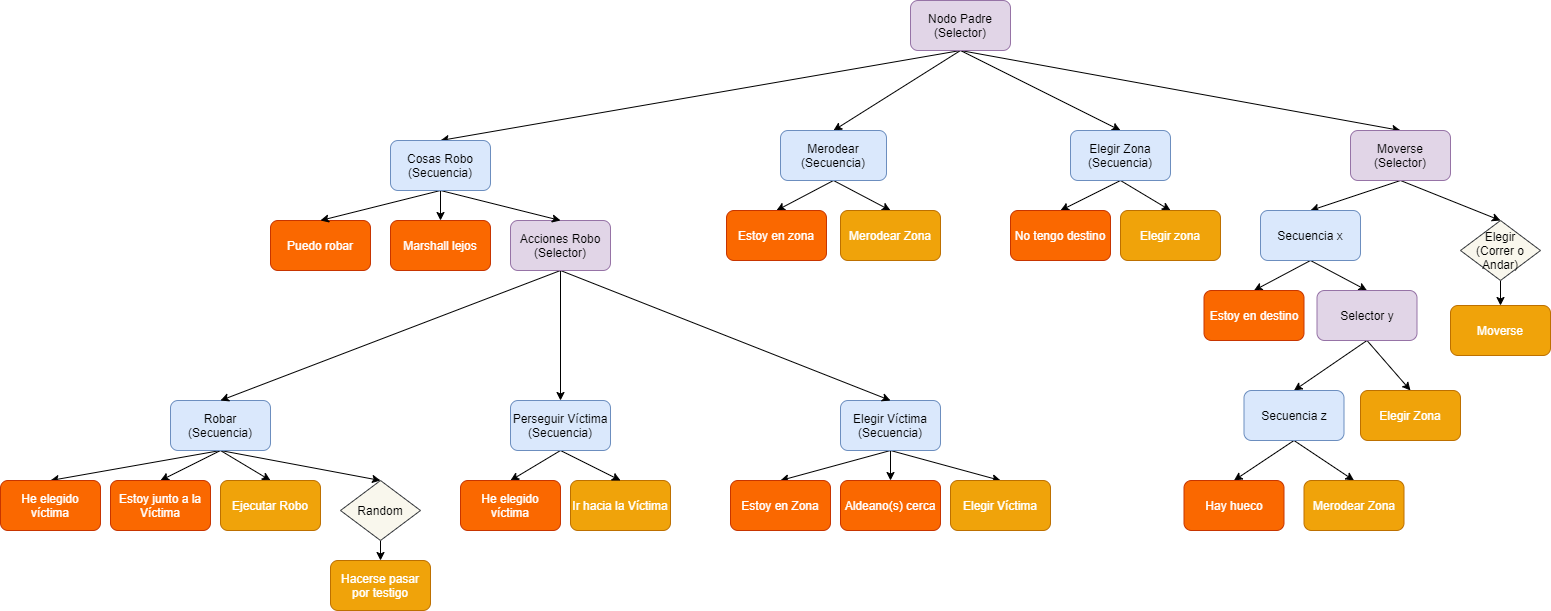
This is Comportamiento de Personajes/Documentos/BehaviourTreeThief.png from lightningopal/Juegos-para-Web-y-Redes-Sociales---Unity, a draw.io export, as it was before one commit. Source tidied: cells renumbered, new cells last; positions are measured from the earlier drawing's top-left corner, leaving out a move shared by most shapes.
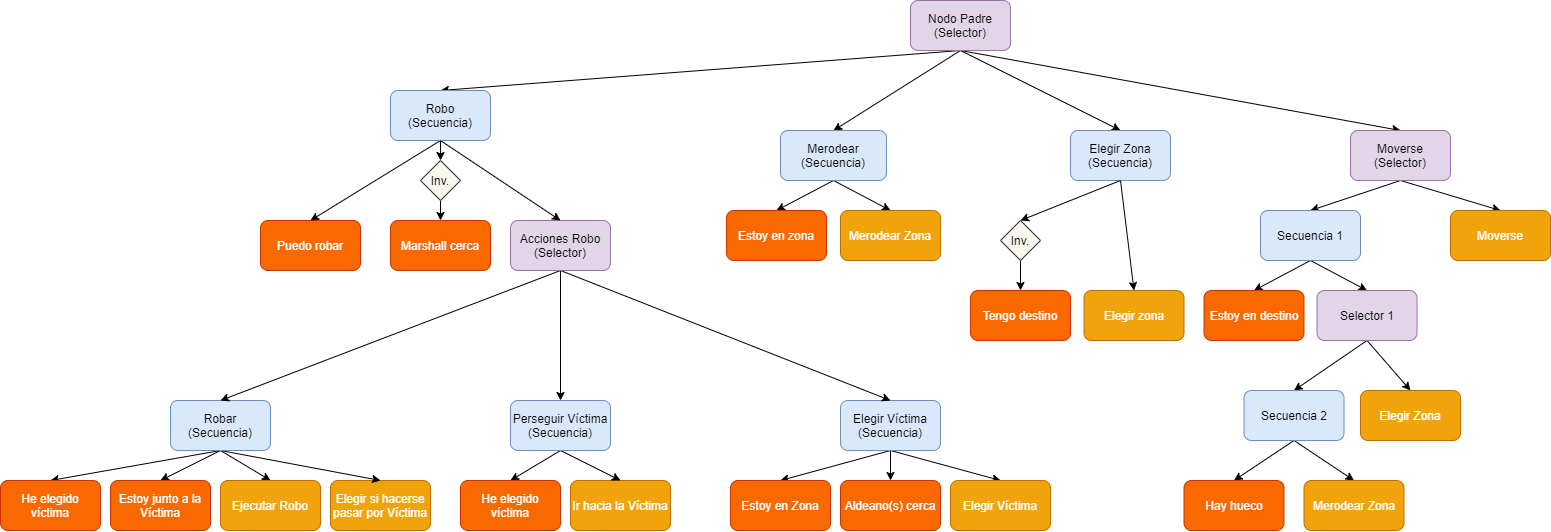
After the commit.

Commit message:
[CDP] - Árboles de comportamientos de ladron y aldeanos actualizados

Diff of the diagram source:
```diff
@@ -38,7 +38,7 @@
     <mxCell id="13" value="Merodear&lt;br&gt;(Secuencia)" style="rounded=1;whiteSpace=wrap;html=1;fillColor=#dae8fc;strokeColor=#6c8ebf;" parent="1" vertex="1">
       <mxGeometry x="780" y="130" width="106" height="50" as="geometry" />
     </mxCell>
-    <mxCell id="14" style="edgeStyle=none;rounded=0;jettySize=auto;html=1;exitX=0.5;exitY=1;exitDx=0;exitDy=0;entryX=0.5;entryY=0;entryDx=0;entryDy=0;" parent="1" edge="1" source="16" target="19">
+    <mxCell id="14" style="edgeStyle=none;rounded=0;jettySize=auto;html=1;exitX=0.5;exitY=1;exitDx=0;exitDy=0;entryX=0.5;entryY=0;entryDx=0;entryDy=0;" parent="1" edge="1" source="73" target="19">
       <mxGeometry relative="1" as="geometry" />
     </mxCell>
     <mxCell id="15" style="edgeStyle=none;rounded=0;jettySize=auto;html=1;exitX=0.5;exitY=1;exitDx=0;exitDy=0;entryX=0.5;entryY=0;entryDx=0;entryDy=0;" parent="1" edge="1" source="16" target="20">
@@ -53,11 +53,11 @@
     <mxCell id="18" value="Merodear Zona" style="rounded=1;whiteSpace=wrap;html=1;fillColor=#f0a30a;strokeColor=#BD7000;fontColor=#ffffff;" parent="1" vertex="1">
       <mxGeometry x="840" y="210" width="100" height="50" as="geometry" />
     </mxCell>
-    <mxCell id="19" value="No tengo destino" style="rounded=1;whiteSpace=wrap;html=1;fillColor=#fa6800;strokeColor=#C73500;fontColor=#ffffff;" parent="1" vertex="1">
-      <mxGeometry x="1010" y="210" width="100" height="50" as="geometry" />
+    <mxCell id="19" value="Tengo destino" style="rounded=1;whiteSpace=wrap;html=1;fillColor=#fa6800;strokeColor=#C73500;fontColor=#ffffff;" parent="1" vertex="1">
+      <mxGeometry x="970" y="290" width="100" height="50" as="geometry" />
     </mxCell>
     <mxCell id="20" value="Elegir zona" style="rounded=1;whiteSpace=wrap;html=1;fillColor=#f0a30a;strokeColor=#BD7000;fontColor=#ffffff;" parent="1" vertex="1">
-      <mxGeometry x="1120" y="210" width="100" height="50" as="geometry" />
+      <mxGeometry x="1083.5" y="290" width="100" height="50" as="geometry" />
     </mxCell>
     <mxCell id="21" value="Elegir Víctima" style="rounded=1;whiteSpace=wrap;html=1;fillColor=#f0a30a;strokeColor=#BD7000;fontColor=#ffffff;" parent="1" vertex="1">
       <mxGeometry x="950" y="480" width="100" height="50" as="geometry" />
@@ -68,8 +68,8 @@
     <mxCell id="23" value="Estoy en Zona" style="rounded=1;whiteSpace=wrap;html=1;fillColor=#fa6800;strokeColor=#C73500;fontColor=#ffffff;" parent="1" vertex="1">
       <mxGeometry x="730" y="480" width="100" height="50" as="geometry" />
     </mxCell>
-    <mxCell id="24" value="Hacerse pasar por testigo" style="rounded=1;whiteSpace=wrap;html=1;fillColor=#f0a30a;strokeColor=#BD7000;fontColor=#ffffff;" parent="1" vertex="1">
-      <mxGeometry x="330" y="560" width="100" height="50" as="geometry" />
+    <mxCell id="24" value="Elegir si hacerse pasar por Víctima" style="rounded=1;whiteSpace=wrap;html=1;fillColor=#f0a30a;strokeColor=#BD7000;fontColor=#ffffff;" parent="1" vertex="1">
+      <mxGeometry x="330" y="480" width="100" height="50" as="geometry" />
     </mxCell>
     <mxCell id="25" value="Aldeano(s) cerca" style="rounded=1;whiteSpace=wrap;html=1;fillColor=#fa6800;strokeColor=#C73500;fontColor=#ffffff;" parent="1" vertex="1">
       <mxGeometry x="840" y="480" width="100" height="50" as="geometry" />
@@ -83,9 +83,6 @@
     <mxCell id="28" value="Perseguir Víctima&lt;br&gt;(Secuencia)" style="rounded=1;whiteSpace=wrap;html=1;fillColor=#dae8fc;strokeColor=#6c8ebf;" parent="1" vertex="1">
       <mxGeometry x="510" y="400" width="100" height="50" as="geometry" />
     </mxCell>
-    <mxCell id="29" style="edgeStyle=none;rounded=0;jettySize=auto;html=1;exitX=0.5;exitY=1;exitDx=0;exitDy=0;entryX=0.5;entryY=0;entryDx=0;entryDy=0;" parent="1" edge="1" source="33" target="49">
-      <mxGeometry relative="1" as="geometry" />
-    </mxCell>
     <mxCell id="30" style="edgeStyle=none;rounded=0;jettySize=auto;html=1;exitX=0.5;exitY=1;exitDx=0;exitDy=0;entryX=0.5;entryY=0;entryDx=0;entryDy=0;" parent="1" edge="1" source="33" target="35">
       <mxGeometry relative="1" as="geometry" />
     </mxCell>
@@ -95,6 +92,9 @@
     <mxCell id="32" style="edgeStyle=none;rounded=0;jettySize=auto;html=1;exitX=0.5;exitY=1;exitDx=0;exitDy=0;entryX=0.5;entryY=0;entryDx=0;entryDy=0;" parent="1" edge="1" source="33" target="47">
       <mxGeometry relative="1" as="geometry" />
     </mxCell>
+    <mxCell id="69" style="edgeStyle=none;rounded=0;jettySize=auto;html=1;exitX=0.5;exitY=1;exitDx=0;exitDy=0;entryX=0.5;entryY=0;entryDx=0;entryDy=0;" parent="1" edge="1" source="33" target="24">
+      <mxGeometry relative="1" as="geometry" />
+    </mxCell>
     <mxCell id="33" value="Robar&lt;br&gt;(Secuencia)" style="rounded=1;whiteSpace=wrap;html=1;fillColor=#dae8fc;strokeColor=#6c8ebf;" parent="1" vertex="1">
       <mxGeometry x="170" y="400" width="100" height="50" as="geometry" />
     </mxCell>
@@ -108,7 +108,7 @@
       <mxGeometry x="460" y="480" width="100" height="50" as="geometry" />
     </mxCell>
     <mxCell id="37" value="Puedo robar" style="rounded=1;whiteSpace=wrap;html=1;fillColor=#fa6800;strokeColor=#C73500;fontColor=#ffffff;" parent="1" vertex="1">
-      <mxGeometry x="270" y="220" width="100" height="50" as="geometry" />
+      <mxGeometry x="260" y="220" width="100" height="50" as="geometry" />
     </mxCell>
     <mxCell id="38" style="edgeStyle=none;rounded=0;jettySize=auto;html=1;exitX=0.5;exitY=1;exitDx=0;exitDy=0;entryX=0.5;entryY=0;entryDx=0;entryDy=0;" parent="1" edge="1" source="41" target="33">
       <mxGeometry relative="1" as="geometry" />
@@ -125,33 +125,27 @@
     <mxCell id="42" style="edgeStyle=none;rounded=0;jettySize=auto;html=1;exitX=0.5;exitY=1;exitDx=0;exitDy=0;entryX=0.5;entryY=0;entryDx=0;entryDy=0;" parent="1" edge="1" source="45" target="37">
       <mxGeometry relative="1" as="geometry" />
     </mxCell>
-    <mxCell id="43" style="edgeStyle=none;rounded=0;jettySize=auto;html=1;exitX=0.5;exitY=1;exitDx=0;exitDy=0;entryX=0.5;entryY=0;entryDx=0;entryDy=0;" parent="1" edge="1" source="45" target="46">
+    <mxCell id="43" style="edgeStyle=none;rounded=0;jettySize=auto;html=1;exitX=0.5;exitY=1;exitDx=0;exitDy=0;entryX=0.5;entryY=0;entryDx=0;entryDy=0;" parent="1" edge="1" source="71" target="46">
       <mxGeometry relative="1" as="geometry" />
     </mxCell>
     <mxCell id="44" style="edgeStyle=none;rounded=0;jettySize=auto;html=1;exitX=0.5;exitY=1;exitDx=0;exitDy=0;entryX=0.5;entryY=0;entryDx=0;entryDy=0;" parent="1" edge="1" source="45" target="41">
       <mxGeometry relative="1" as="geometry" />
     </mxCell>
-    <mxCell id="45" value="Cosas Robo&lt;br&gt;(Secuencia)" style="rounded=1;whiteSpace=wrap;html=1;fillColor=#dae8fc;strokeColor=#6c8ebf;" parent="1" vertex="1">
-      <mxGeometry x="390" y="140" width="100" height="50" as="geometry" />
+    <mxCell id="45" value="Robo&lt;br&gt;(Secuencia)" style="rounded=1;whiteSpace=wrap;html=1;fillColor=#dae8fc;strokeColor=#6c8ebf;" parent="1" vertex="1">
+      <mxGeometry x="390" y="90" width="100" height="50" as="geometry" />
     </mxCell>
-    <mxCell id="46" value="Marshall lejos" style="rounded=1;whiteSpace=wrap;html=1;fillColor=#fa6800;strokeColor=#C73500;fontColor=#ffffff;" parent="1" vertex="1">
+    <mxCell id="46" value="Marshall cerca" style="rounded=1;whiteSpace=wrap;html=1;fillColor=#fa6800;strokeColor=#C73500;fontColor=#ffffff;" parent="1" vertex="1">
       <mxGeometry x="390" y="220" width="100" height="50" as="geometry" />
     </mxCell>
     <mxCell id="47" value="He elegido víctima" style="rounded=1;whiteSpace=wrap;html=1;fillColor=#fa6800;strokeColor=#C73500;fontColor=#ffffff;" parent="1" vertex="1">
       <mxGeometry y="480" width="100" height="50" as="geometry" />
     </mxCell>
-    <mxCell id="48" style="edgeStyle=orthogonalEdgeStyle;rounded=0;jettySize=auto;html=1;exitX=0.5;exitY=1;exitDx=0;exitDy=0;entryX=0.5;entryY=0;entryDx=0;entryDy=0;" parent="1" edge="1" source="49" target="24">
-      <mxGeometry relative="1" as="geometry" />
-    </mxCell>
-    <mxCell id="49" value="Random" style="rhombus;whiteSpace=wrap;html=1;fillColor=#f9f7ed;strokeColor=#36393d;" parent="1" vertex="1">
-      <mxGeometry x="340" y="480" width="80" height="60" as="geometry" />
-    </mxCell>
-    <mxCell id="50" style="edgeStyle=none;rounded=0;jettySize=auto;html=1;exitX=0.5;exitY=1;exitDx=0;exitDy=0;entryX=0.5;entryY=0;entryDx=0;entryDy=0;" parent="1" edge="1" source="52" target="57">
-      <mxGeometry relative="1" as="geometry" />
-    </mxCell>
     <mxCell id="51" style="edgeStyle=none;rounded=0;jettySize=auto;html=1;exitX=0.5;exitY=1;exitDx=0;exitDy=0;entryX=0.5;entryY=0;entryDx=0;entryDy=0;" parent="1" edge="1" source="52" target="55">
       <mxGeometry relative="1" as="geometry" />
     </mxCell>
+    <mxCell id="70" style="edgeStyle=none;rounded=0;jettySize=auto;html=1;exitX=0.5;exitY=1;exitDx=0;exitDy=0;entryX=0.5;entryY=0;entryDx=0;entryDy=0;" parent="1" edge="1" source="52" target="62">
+      <mxGeometry relative="1" as="geometry" />
+    </mxCell>
     <mxCell id="52" value="Moverse&lt;br&gt;(Selector)" style="rounded=1;whiteSpace=wrap;html=1;fillColor=#e1d5e7;strokeColor=#9673a6;" parent="1" vertex="1">
       <mxGeometry x="1350" y="130" width="100" height="50" as="geometry" />
     </mxCell>
@@ -161,15 +155,9 @@
     <mxCell id="54" style="edgeStyle=none;rounded=0;jettySize=auto;html=1;exitX=0.5;exitY=1;exitDx=0;exitDy=0;entryX=0.5;entryY=0;entryDx=0;entryDy=0;" parent="1" edge="1" source="55" target="61">
       <mxGeometry relative="1" as="geometry" />
     </mxCell>
-    <mxCell id="55" value="Secuencia x" style="rounded=1;whiteSpace=wrap;html=1;fillColor=#dae8fc;strokeColor=#6c8ebf;" parent="1" vertex="1">
+    <mxCell id="55" value="Secuencia 1" style="rounded=1;whiteSpace=wrap;html=1;fillColor=#dae8fc;strokeColor=#6c8ebf;" parent="1" vertex="1">
       <mxGeometry x="1260" y="210" width="100" height="50" as="geometry" />
     </mxCell>
-    <mxCell id="56" style="edgeStyle=orthogonalEdgeStyle;rounded=0;jettySize=auto;html=1;exitX=0.5;exitY=1;exitDx=0;exitDy=0;entryX=0.5;entryY=0;entryDx=0;entryDy=0;" parent="1" edge="1" source="57" target="62">
-      <mxGeometry relative="1" as="geometry" />
-    </mxCell>
-    <mxCell id="57" value="Elegir&lt;br&gt;(Correr o Andar)" style="rhombus;whiteSpace=wrap;html=1;fillColor=#f9f7ed;strokeColor=#36393d;" parent="1" vertex="1">
-      <mxGeometry x="1460" y="220" width="80" height="60" as="geometry" />
-    </mxCell>
     <mxCell id="58" value="Estoy en destino" style="rounded=1;whiteSpace=wrap;html=1;fillColor=#fa6800;strokeColor=#C73500;fontColor=#ffffff;" parent="1" vertex="1">
       <mxGeometry x="1203.5" y="290" width="100" height="50" as="geometry" />
     </mxCell>
@@ -179,11 +167,11 @@
     <mxCell id="60" style="edgeStyle=none;rounded=0;jettySize=auto;html=1;exitX=0.5;exitY=1;exitDx=0;exitDy=0;entryX=0.5;entryY=0;entryDx=0;entryDy=0;" parent="1" edge="1" source="61" target="66">
       <mxGeometry relative="1" as="geometry" />
     </mxCell>
-    <mxCell id="61" value="Selector y" style="rounded=1;whiteSpace=wrap;html=1;fillColor=#e1d5e7;strokeColor=#9673a6;" parent="1" vertex="1">
+    <mxCell id="61" value="Selector 1" style="rounded=1;whiteSpace=wrap;html=1;fillColor=#e1d5e7;strokeColor=#9673a6;" parent="1" vertex="1">
       <mxGeometry x="1316.5" y="290" width="100" height="50" as="geometry" />
     </mxCell>
     <mxCell id="62" value="Moverse" style="rounded=1;whiteSpace=wrap;html=1;fillColor=#f0a30a;strokeColor=#BD7000;fontColor=#ffffff;" parent="1" vertex="1">
-      <mxGeometry x="1450" y="305" width="100" height="50" as="geometry" />
+      <mxGeometry x="1450" y="210" width="100" height="50" as="geometry" />
     </mxCell>
     <mxCell id="63" style="edgeStyle=none;rounded=0;jettySize=auto;html=1;exitX=0.5;exitY=1;exitDx=0;exitDy=0;entryX=0.5;entryY=0;entryDx=0;entryDy=0;" parent="1" edge="1" source="65" target="67">
       <mxGeometry relative="1" as="geometry" />
@@ -191,7 +179,7 @@
     <mxCell id="64" style="edgeStyle=none;rounded=0;jettySize=auto;html=1;exitX=0.5;exitY=1;exitDx=0;exitDy=0;entryX=0.5;entryY=0;entryDx=0;entryDy=0;" parent="1" edge="1" source="65" target="68">
       <mxGeometry relative="1" as="geometry" />
     </mxCell>
-    <mxCell id="65" value="Secuencia z" style="rounded=1;whiteSpace=wrap;html=1;fillColor=#dae8fc;strokeColor=#6c8ebf;" parent="1" vertex="1">
+    <mxCell id="65" value="Secuencia 2" style="rounded=1;whiteSpace=wrap;html=1;fillColor=#dae8fc;strokeColor=#6c8ebf;" parent="1" vertex="1">
       <mxGeometry x="1243.5" y="390" width="100" height="50" as="geometry" />
     </mxCell>
     <mxCell id="66" value="Elegir Zona" style="rounded=1;whiteSpace=wrap;html=1;fillColor=#f0a30a;strokeColor=#BD7000;fontColor=#ffffff;" parent="1" vertex="1">
@@ -203,5 +191,17 @@
     <mxCell id="68" value="Merodear Zona" style="rounded=1;whiteSpace=wrap;html=1;fillColor=#f0a30a;strokeColor=#BD7000;fontColor=#ffffff;" parent="1" vertex="1">
       <mxGeometry x="1303.5" y="480" width="100" height="50" as="geometry" />
     </mxCell>
+    <mxCell id="71" value="Inv." style="rhombus;whiteSpace=wrap;html=1;fillColor=#f9f7ed;strokeColor=#36393d;" parent="1" vertex="1">
+      <mxGeometry x="420" y="160" width="40" height="40" as="geometry" />
+    </mxCell>
+    <mxCell id="72" style="edgeStyle=none;rounded=0;jettySize=auto;html=1;exitX=0.5;exitY=1;exitDx=0;exitDy=0;entryX=0.5;entryY=0;entryDx=0;entryDy=0;" parent="1" edge="1" source="45" target="71">
+      <mxGeometry relative="1" as="geometry" />
+    </mxCell>
+    <mxCell id="73" value="Inv." style="rhombus;whiteSpace=wrap;html=1;fillColor=#f9f7ed;strokeColor=#36393d;" parent="1" vertex="1">
+      <mxGeometry x="1000" y="220" width="40" height="40" as="geometry" />
+    </mxCell>
+    <mxCell id="74" style="edgeStyle=none;rounded=0;jettySize=auto;html=1;exitX=0.5;exitY=1;exitDx=0;exitDy=0;entryX=0.5;entryY=0;entryDx=0;entryDy=0;" parent="1" edge="1" source="16" target="73">
+      <mxGeometry relative="1" as="geometry" />
+    </mxCell>
   </root>
 </mxGraphModel>
```
